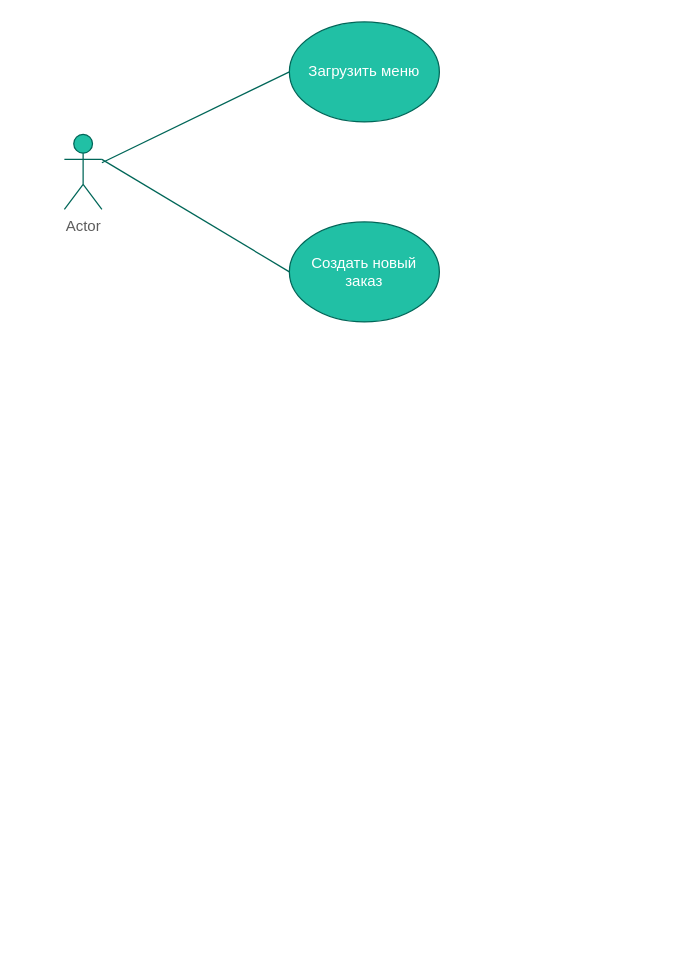
gsbelarus/check-and-cash keeps this draw.io diagram as GedeminCheck/Use Case Diagram.drawio. Above is the earlier version. Source tidied: cells renumbered, new cells numbered last; positions are measured from the earlier drawing's top-left corner, leaving out a move shared by most shapes. Both pictures are drawn from the tidied source at 125%, with x=0, y=0 at pixel (64, 21).
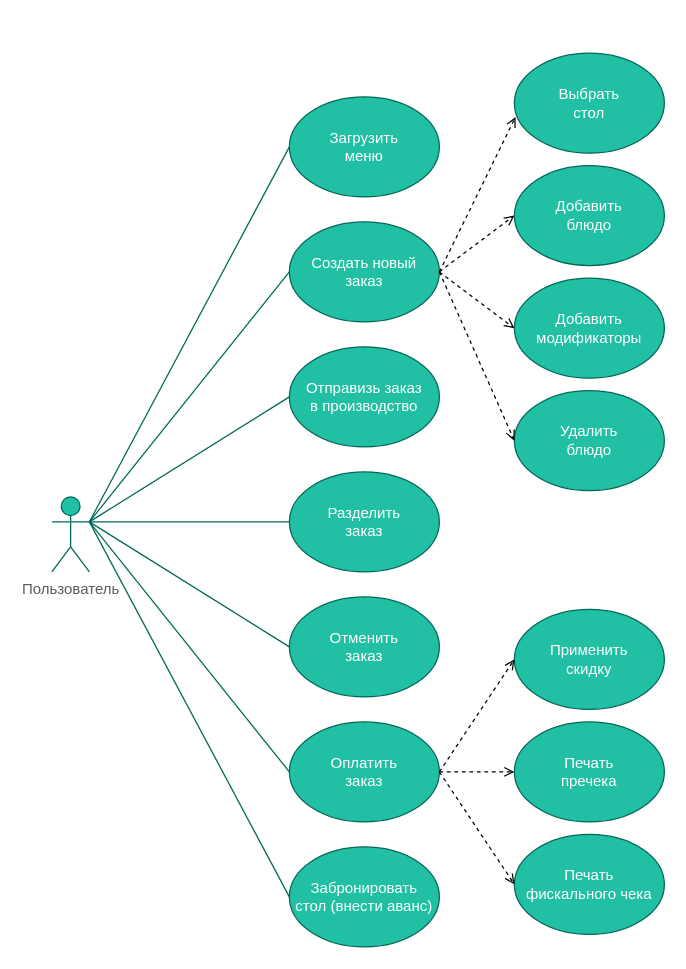
After the change.

The change refers to these unchanged cells:
```xml
<mxCell id="6" value="&lt;font color=&quot;#ffffff&quot;&gt;Создать новый&lt;br&gt;заказ&lt;/font&gt;" style="ellipse;whiteSpace=wrap;html=1;fillColor=#21C0A5;strokeColor=#006658;fontColor=#5C5C5C;" parent="1" vertex="1">
  <mxGeometry x="180" y="160" width="120" height="80" as="geometry" />
</mxCell>
```

The edit, as a diff of the source:
```diff
@@
-    <mxCell id="2" value="Actor" style="shape=umlActor;verticalLabelPosition=bottom;verticalAlign=top;html=1;outlineConnect=0;fillColor=#21C0A5;strokeColor=#006658;fontColor=#5C5C5C;" parent="1" vertex="1">
-      <mxGeometry y="90" width="30" height="60" as="geometry" />
+    <mxCell id="2" value="Пользователь" style="shape=umlActor;verticalLabelPosition=bottom;verticalAlign=top;html=1;outlineConnect=0;fillColor=#21C0A5;strokeColor=#006658;fontColor=#5C5C5C;" parent="1" vertex="1">
+      <mxGeometry x="-10" y="380" width="30" height="60" as="geometry" />
     </mxCell>
-    <mxCell id="3" value="&lt;font color=&quot;#ffffff&quot;&gt;Загрузить меню&lt;/font&gt;" style="ellipse;whiteSpace=wrap;html=1;fillColor=#21C0A5;strokeColor=#006658;fontColor=#5C5C5C;" parent="1" vertex="1">
-      <mxGeometry x="180" width="120" height="80" as="geometry" />
+    <mxCell id="3" value="&lt;font color=&quot;#ffffff&quot;&gt;Загрузить&lt;br&gt;меню&lt;/font&gt;" style="ellipse;whiteSpace=wrap;html=1;fillColor=#21C0A5;strokeColor=#006658;fontColor=#5C5C5C;" parent="1" vertex="1">
+      <mxGeometry x="180" y="60" width="120" height="80" as="geometry" />
     </mxCell>
-    <mxCell id="4" style="endArrow=none;html=1;rounded=0;entryX=0;entryY=0.5;entryDx=0;entryDy=0;strokeColor=#006658;fontColor=#5C5C5C;" parent="1" edge="1" source="2" target="3">
+    <mxCell id="4" style="endArrow=none;html=1;rounded=0;entryX=0;entryY=0.5;entryDx=0;entryDy=0;strokeColor=#006658;fontColor=#5C5C5C;exitX=1;exitY=0.3333333333333333;exitDx=0;exitDy=0;exitPerimeter=0;" parent="1" edge="1" source="2" target="3">
       <mxGeometry relative="1" as="geometry" />
     </mxCell>
@@
+    <mxCell id="7" value="&lt;font color=&quot;#ffffff&quot;&gt;Выбрать&lt;br&gt;стол&lt;/font&gt;" style="ellipse;whiteSpace=wrap;html=1;fillColor=#21C0A5;strokeColor=#006658;fontColor=#5C5C5C;" parent="1" vertex="1">
+      <mxGeometry x="360" y="25" width="120" height="80" as="geometry" />
+    </mxCell>
+    <mxCell id="8" value="&lt;font color=&quot;#ffffff&quot;&gt;Добавить&lt;br&gt;блюдо&lt;/font&gt;" style="ellipse;whiteSpace=wrap;html=1;fillColor=#21C0A5;strokeColor=#006658;fontColor=#5C5C5C;" parent="1" vertex="1">
+      <mxGeometry x="360" y="115" width="120" height="80" as="geometry" />
+    </mxCell>
+    <mxCell id="9" value="&lt;font color=&quot;#ffffff&quot;&gt;Удалить&lt;br&gt;блюдо&lt;/font&gt;" style="ellipse;whiteSpace=wrap;html=1;fillColor=#21C0A5;strokeColor=#006658;fontColor=#5C5C5C;" parent="1" vertex="1">
+      <mxGeometry x="360" y="295" width="120" height="80" as="geometry" />
+    </mxCell>
+    <mxCell id="10" value="&lt;font color=&quot;#ffffff&quot;&gt;Отправизь заказ&lt;br&gt;в производство&lt;/font&gt;" style="ellipse;whiteSpace=wrap;html=1;fillColor=#21C0A5;strokeColor=#006658;fontColor=#5C5C5C;" parent="1" vertex="1">
+      <mxGeometry x="180" y="260" width="120" height="80" as="geometry" />
+    </mxCell>
+    <mxCell id="11" value="&lt;font color=&quot;#ffffff&quot;&gt;Отменить&lt;br&gt;заказ&lt;/font&gt;" style="ellipse;whiteSpace=wrap;html=1;fillColor=#21C0A5;strokeColor=#006658;fontColor=#5C5C5C;" parent="1" vertex="1">
+      <mxGeometry x="180" y="460" width="120" height="80" as="geometry" />
+    </mxCell>
+    <mxCell id="12" value="&lt;font color=&quot;#ffffff&quot;&gt;Оплатить&lt;br&gt;заказ&lt;/font&gt;" style="ellipse;whiteSpace=wrap;html=1;fillColor=#21C0A5;strokeColor=#006658;fontColor=#5C5C5C;" parent="1" vertex="1">
+      <mxGeometry x="180" y="560" width="120" height="80" as="geometry" />
+    </mxCell>
+    <mxCell id="13" style="html=1;verticalAlign=bottom;labelBackgroundColor=none;endArrow=open;endFill=0;dashed=1;rounded=0;entryX=0.008;entryY=0.638;entryDx=0;entryDy=0;entryPerimeter=0;exitX=1;exitY=0.5;exitDx=0;exitDy=0;" parent="1" edge="1" source="6" target="7">
+      <mxGeometry relative="1" as="geometry" />
+    </mxCell>
+    <mxCell id="14" style="html=1;verticalAlign=bottom;labelBackgroundColor=none;endArrow=open;endFill=0;dashed=1;rounded=0;entryX=0;entryY=0.5;entryDx=0;entryDy=0;exitX=1;exitY=0.5;exitDx=0;exitDy=0;" parent="1" edge="1" source="6" target="8">
+      <mxGeometry relative="1" as="geometry" />
+    </mxCell>
+    <mxCell id="15" style="html=1;verticalAlign=bottom;labelBackgroundColor=none;endArrow=open;endFill=0;dashed=1;rounded=0;entryX=0;entryY=0.5;entryDx=0;entryDy=0;" parent="1" edge="1" target="9">
+      <mxGeometry relative="1" as="geometry">
+        <mxPoint x="300" y="200" as="sourcePoint" />
+      </mxGeometry>
+    </mxCell>
+    <mxCell id="16" style="endArrow=none;html=1;rounded=0;entryX=0;entryY=0.5;entryDx=0;entryDy=0;exitX=1;exitY=0.3333333333333333;exitDx=0;exitDy=0;exitPerimeter=0;strokeColor=#006658;fontColor=#5C5C5C;" parent="1" edge="1" source="2" target="10">
+      <mxGeometry relative="1" as="geometry" />
+    </mxCell>
+    <mxCell id="17" style="endArrow=none;html=1;rounded=0;entryX=0;entryY=0.5;entryDx=0;entryDy=0;exitX=1;exitY=0.3333333333333333;exitDx=0;exitDy=0;exitPerimeter=0;strokeColor=#006658;fontColor=#5C5C5C;" parent="1" edge="1" source="2" target="11">
+      <mxGeometry relative="1" as="geometry" />
+    </mxCell>
+    <mxCell id="18" style="endArrow=none;html=1;rounded=0;entryX=0;entryY=0.5;entryDx=0;entryDy=0;strokeColor=#006658;fontColor=#5C5C5C;exitX=1;exitY=0.3333333333333333;exitDx=0;exitDy=0;exitPerimeter=0;" parent="1" edge="1" source="2" target="12">
+      <mxGeometry relative="1" as="geometry" />
+    </mxCell>
+    <mxCell id="19" value="&lt;font color=&quot;#ffffff&quot;&gt;Печать&lt;br&gt;пречека&lt;/font&gt;" style="ellipse;whiteSpace=wrap;html=1;fillColor=#21C0A5;strokeColor=#006658;fontColor=#5C5C5C;" parent="1" vertex="1">
+      <mxGeometry x="360" y="560" width="120" height="80" as="geometry" />
+    </mxCell>
+    <mxCell id="20" value="&lt;font color=&quot;#ffffff&quot;&gt;Печать&lt;br&gt;фискального чека&lt;/font&gt;" style="ellipse;whiteSpace=wrap;html=1;fillColor=#21C0A5;strokeColor=#006658;fontColor=#5C5C5C;" parent="1" vertex="1">
+      <mxGeometry x="360" y="650" width="120" height="80" as="geometry" />
+    </mxCell>
+    <mxCell id="21" style="html=1;verticalAlign=bottom;labelBackgroundColor=none;endArrow=open;endFill=0;dashed=1;rounded=0;entryX=0;entryY=0.5;entryDx=0;entryDy=0;exitX=1;exitY=0.5;exitDx=0;exitDy=0;" parent="1" edge="1" source="12" target="20">
+      <mxGeometry relative="1" as="geometry" />
+    </mxCell>
+    <mxCell id="22" style="html=1;verticalAlign=bottom;labelBackgroundColor=none;endArrow=open;endFill=0;dashed=1;rounded=0;entryX=0;entryY=0.5;entryDx=0;entryDy=0;exitX=1;exitY=0.5;exitDx=0;exitDy=0;" parent="1" edge="1" source="12" target="19">
+      <mxGeometry relative="1" as="geometry" />
+    </mxCell>
+    <mxCell id="23" value="&lt;font color=&quot;#ffffff&quot;&gt;Разделить&lt;br&gt;заказ&lt;/font&gt;" style="ellipse;whiteSpace=wrap;html=1;fillColor=#21C0A5;strokeColor=#006658;fontColor=#5C5C5C;" parent="1" vertex="1">
+      <mxGeometry x="180" y="360" width="120" height="80" as="geometry" />
+    </mxCell>
+    <mxCell id="24" value="&lt;font color=&quot;#ffffff&quot;&gt;Применить&lt;br&gt;скидку&lt;/font&gt;" style="ellipse;whiteSpace=wrap;html=1;fillColor=#21C0A5;strokeColor=#006658;fontColor=#5C5C5C;" parent="1" vertex="1">
+      <mxGeometry x="360" y="470" width="120" height="80" as="geometry" />
+    </mxCell>
+    <mxCell id="25" style="html=1;verticalAlign=bottom;labelBackgroundColor=none;endArrow=open;endFill=0;dashed=1;rounded=0;entryX=0;entryY=0.5;entryDx=0;entryDy=0;exitX=1;exitY=0.5;exitDx=0;exitDy=0;" parent="1" edge="1" source="12" target="24">
+      <mxGeometry relative="1" as="geometry" />
+    </mxCell>
+    <mxCell id="26" value="&lt;font color=&quot;#ffffff&quot;&gt;Забронировать&lt;br&gt;стол (внести аванс)&lt;/font&gt;" style="ellipse;whiteSpace=wrap;html=1;fillColor=#21C0A5;strokeColor=#006658;fontColor=#5C5C5C;" parent="1" vertex="1">
+      <mxGeometry x="180" y="660" width="120" height="80" as="geometry" />
+    </mxCell>
+    <mxCell id="27" value="&lt;font color=&quot;#ffffff&quot;&gt;Добавить модификаторы&lt;/font&gt;" style="ellipse;whiteSpace=wrap;html=1;fillColor=#21C0A5;strokeColor=#006658;fontColor=#5C5C5C;" parent="1" vertex="1">
+      <mxGeometry x="360" y="205" width="120" height="80" as="geometry" />
+    </mxCell>
+    <mxCell id="28" style="html=1;verticalAlign=bottom;labelBackgroundColor=none;endArrow=open;endFill=0;dashed=1;rounded=0;entryX=0;entryY=0.5;entryDx=0;entryDy=0;exitX=1;exitY=0.5;exitDx=0;exitDy=0;" parent="1" edge="1" source="6" target="27">
+      <mxGeometry relative="1" as="geometry" />
+    </mxCell>
+    <mxCell id="29" style="endArrow=none;html=1;rounded=0;entryX=0;entryY=0.5;entryDx=0;entryDy=0;exitX=1;exitY=0.3333333333333333;exitDx=0;exitDy=0;exitPerimeter=0;strokeColor=#006658;fontColor=#5C5C5C;" parent="1" edge="1" source="2" target="23">
+      <mxGeometry relative="1" as="geometry" />
+    </mxCell>
+    <mxCell id="30" style="endArrow=none;html=1;rounded=0;entryX=0;entryY=0.5;entryDx=0;entryDy=0;exitX=1;exitY=0.3333333333333333;exitDx=0;exitDy=0;exitPerimeter=0;strokeColor=#006658;fontColor=#5C5C5C;" parent="1" edge="1" source="2" target="26">
+      <mxGeometry relative="1" as="geometry" />
+    </mxCell>
```
